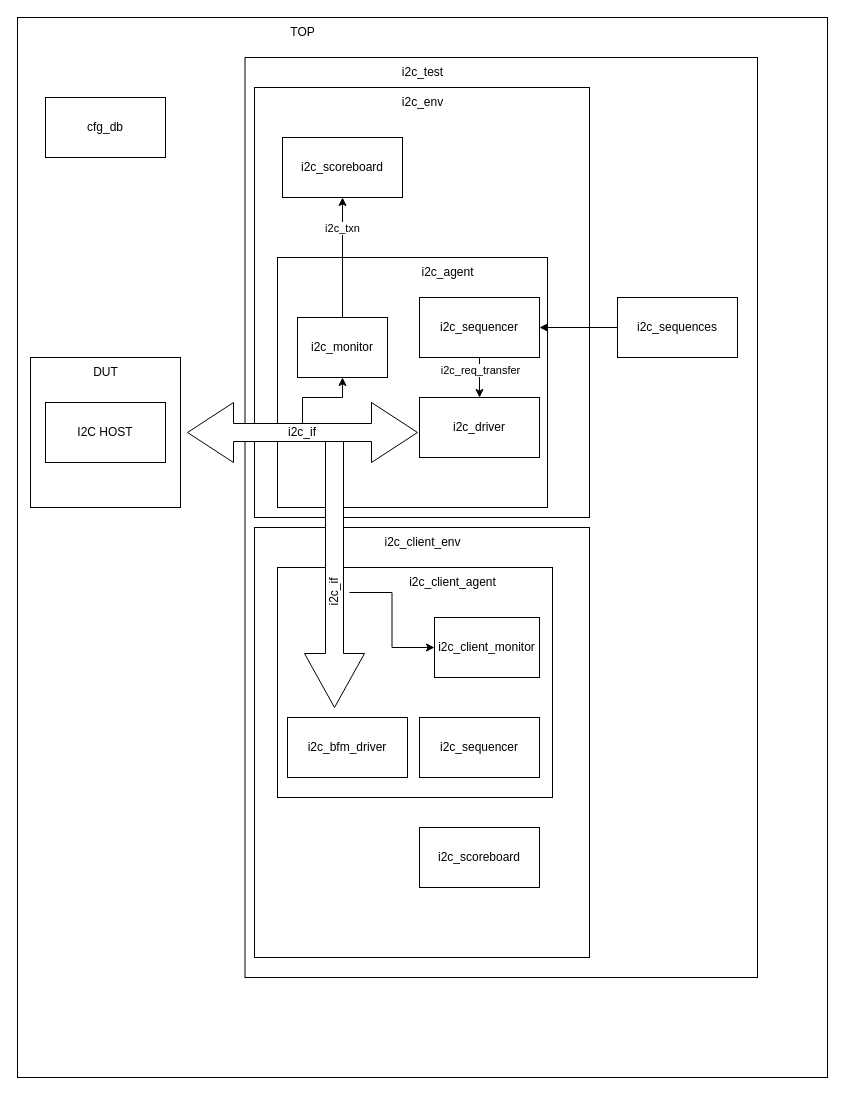
eecastillo/uvm_i2c_dut keeps this draw.io diagram as verification_architecture.drawio. Above is the earlier version. Source tidied: cells renumbered, new cells numbered last; positions are measured from the earlier drawing's top-left corner, leaving out a move shared by most shapes. Both pictures are drawn from the tidied source at 100%, with x=0, y=0 at pixel (17, 17).
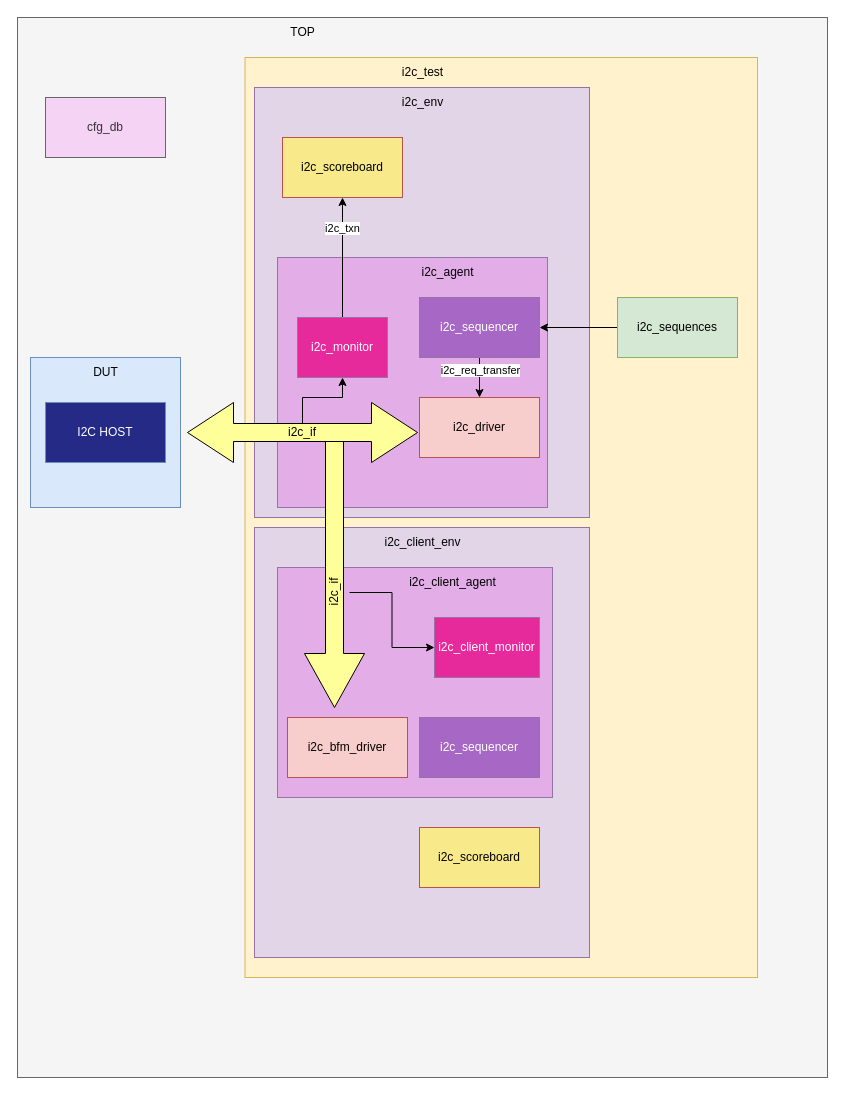
Above is the later version.

What changed in the source:
```diff
@@
-    <mxCell id="2" style="rounded=0;whiteSpace=wrap;html=1;" parent="1" vertex="1">
+    <mxCell id="2" style="rounded=0;whiteSpace=wrap;html=1;fillColor=#f5f5f5;fontColor=#333333;strokeColor=#666666;" parent="1" vertex="1">
       <mxGeometry width="810" height="1060" as="geometry" />
     </mxCell>
-    <mxCell id="3" style="rounded=0;whiteSpace=wrap;html=1;" parent="1" vertex="1">
+    <mxCell id="3" style="rounded=0;whiteSpace=wrap;html=1;fillColor=#fff2cc;strokeColor=#d6b656;" parent="1" vertex="1">
       <mxGeometry x="227.5" y="40" width="512.5" height="920" as="geometry" />
     </mxCell>
@@
-    <mxCell id="5" style="rounded=0;whiteSpace=wrap;html=1;" parent="1" vertex="1">
+    <mxCell id="5" style="rounded=0;whiteSpace=wrap;html=1;fillColor=#dae8fc;strokeColor=#6c8ebf;" parent="1" vertex="1">
       <mxGeometry x="13" y="340" width="150" height="150" as="geometry" />
     </mxCell>
@@
-    <mxCell id="7" value="I2C HOST" style="rounded=0;whiteSpace=wrap;html=1;" parent="1" vertex="1">
+    <mxCell id="7" value="&lt;font color=&quot;#ffffff&quot;&gt;I2C HOST&lt;/font&gt;" style="rounded=0;whiteSpace=wrap;html=1;fillColor=#242A85;strokeColor=#6c8ebf;" parent="1" vertex="1">
       <mxGeometry x="28" y="385" width="120" height="60" as="geometry" />
     </mxCell>
-    <mxCell id="8" style="rounded=0;whiteSpace=wrap;html=1;" parent="1" vertex="1">
+    <mxCell id="8" style="rounded=0;whiteSpace=wrap;html=1;fillColor=#e1d5e7;strokeColor=#9673a6;" parent="1" vertex="1">
       <mxGeometry x="237" y="70" width="335" height="430" as="geometry" />
     </mxCell>
-    <mxCell id="9" style="whiteSpace=wrap;html=1;" parent="1" vertex="1">
+    <mxCell id="9" style="whiteSpace=wrap;html=1;fillColor=#E3ADE7;strokeColor=#9673a6;" parent="1" vertex="1">
       <mxGeometry x="260" y="240" width="270" height="250" as="geometry" />
     </mxCell>
-    <mxCell id="10" value="i2c_driver" style="whiteSpace=wrap;html=1;" parent="1" vertex="1">
+    <mxCell id="10" value="i2c_driver" style="whiteSpace=wrap;html=1;fillColor=#f8cecc;strokeColor=#b85450;" parent="1" vertex="1">
       <mxGeometry x="402" y="380" width="120" height="60" as="geometry" />
     </mxCell>
@@
-    <mxCell id="13" value="i2c_sequencer" style="whiteSpace=wrap;html=1;" parent="1" vertex="1">
+    <mxCell id="13" value="&lt;font color=&quot;#ffffff&quot;&gt;i2c_sequencer&lt;/font&gt;" style="whiteSpace=wrap;html=1;fillColor=#A668C4;strokeColor=#9673a6;" parent="1" vertex="1">
       <mxGeometry x="402" y="280" width="120" height="60" as="geometry" />
     </mxCell>
@@
-    <mxCell id="17" value="i2c_monitor" style="whiteSpace=wrap;html=1;" parent="1" vertex="1">
+    <mxCell id="17" value="&lt;font color=&quot;#ffffff&quot;&gt;i2c_monitor&lt;/font&gt;" style="whiteSpace=wrap;html=1;fillColor=#E72A9B;strokeColor=#9673a6;" parent="1" vertex="1">
       <mxGeometry x="280" y="300" width="90" height="60" as="geometry" />
     </mxCell>
-    <mxCell id="18" value="i2c_scoreboard" style="whiteSpace=wrap;html=1;" parent="1" vertex="1">
+    <mxCell id="18" value="i2c_scoreboard" style="whiteSpace=wrap;html=1;fillColor=#F8E98B;strokeColor=#b85450;" parent="1" vertex="1">
       <mxGeometry x="265" y="120" width="120" height="60" as="geometry" />
     </mxCell>
@@
-    <mxCell id="21" style="rounded=0;whiteSpace=wrap;html=1;" parent="1" vertex="1">
+    <mxCell id="21" style="rounded=0;whiteSpace=wrap;html=1;fillColor=#e1d5e7;strokeColor=#9673a6;" parent="1" vertex="1">
       <mxGeometry x="237" y="510" width="335" height="430" as="geometry" />
     </mxCell>
-    <mxCell id="22" style="whiteSpace=wrap;html=1;" parent="1" vertex="1">
+    <mxCell id="22" style="whiteSpace=wrap;html=1;fillColor=#E3ADE7;strokeColor=#9673a6;" parent="1" vertex="1">
       <mxGeometry x="260" y="550" width="275" height="230" as="geometry" />
     </mxCell>
-    <mxCell id="23" value="i2c_bfm_driver" style="whiteSpace=wrap;html=1;" parent="1" vertex="1">
+    <mxCell id="23" value="i2c_bfm_driver" style="whiteSpace=wrap;html=1;fillColor=#f8cecc;strokeColor=#b85450;" parent="1" vertex="1">
       <mxGeometry x="270" y="700" width="120" height="60" as="geometry" />
     </mxCell>
-    <mxCell id="24" value="i2c_sequencer" style="whiteSpace=wrap;html=1;" parent="1" vertex="1">
+    <mxCell id="24" value="&lt;font color=&quot;#ffffff&quot;&gt;i2c_sequencer&lt;/font&gt;" style="whiteSpace=wrap;html=1;fillColor=#A668C4;strokeColor=#9673a6;" parent="1" vertex="1">
       <mxGeometry x="402" y="700" width="120" height="60" as="geometry" />
     </mxCell>
@@
-    <mxCell id="26" value="i2c_client_monitor" style="whiteSpace=wrap;html=1;" parent="1" vertex="1">
+    <mxCell id="26" value="&lt;font color=&quot;#ffffff&quot;&gt;i2c_client_monitor&lt;/font&gt;" style="whiteSpace=wrap;html=1;fillColor=#E72A9B;strokeColor=#9673a6;" parent="1" vertex="1">
       <mxGeometry x="417" y="600" width="105" height="60" as="geometry" />
     </mxCell>
-    <mxCell id="27" value="i2c_scoreboard" style="whiteSpace=wrap;html=1;" parent="1" vertex="1">
+    <mxCell id="27" value="i2c_scoreboard" style="whiteSpace=wrap;html=1;fillColor=#F8E98B;strokeColor=#b85450;" parent="1" vertex="1">
       <mxGeometry x="402" y="810" width="120" height="60" as="geometry" />
     </mxCell>
@@
-    <mxCell id="29" style="shape=singleArrow;direction=south;whiteSpace=wrap;html=1;" parent="1" vertex="1">
+    <mxCell id="29" style="shape=singleArrow;direction=south;whiteSpace=wrap;html=1;fillColor=#FFFF99;" parent="1" vertex="1">
       <mxGeometry x="287" y="420" width="60" height="270" as="geometry" />
     </mxCell>
@@
-    <mxCell id="31" value="i2c_if" style="shape=doubleArrow;whiteSpace=wrap;html=1;" parent="1" vertex="1">
+    <mxCell id="31" value="i2c_if" style="shape=doubleArrow;whiteSpace=wrap;html=1;fillColor=#FFFF99;" parent="1" vertex="1">
       <mxGeometry x="170" y="385" width="230" height="60" as="geometry" />
     </mxCell>
@@
-    <mxCell id="35" value="i2c_sequences" style="whiteSpace=wrap;html=1;" parent="1" vertex="1">
+    <mxCell id="35" value="i2c_sequences" style="whiteSpace=wrap;html=1;fillColor=#d5e8d4;strokeColor=#82b366;" parent="1" vertex="1">
       <mxGeometry x="600" y="280" width="120" height="60" as="geometry" />
     </mxCell>
-    <mxCell id="36" value="cfg_db" style="whiteSpace=wrap;html=1;" parent="1" vertex="1">
+    <mxCell id="36" value="cfg_db" style="whiteSpace=wrap;html=1;fillColor=#F5D3F5;fontColor=#333333;strokeColor=#666666;" parent="1" vertex="1">
       <mxGeometry x="28" y="80" width="120" height="60" as="geometry" />
     </mxCell>
```
